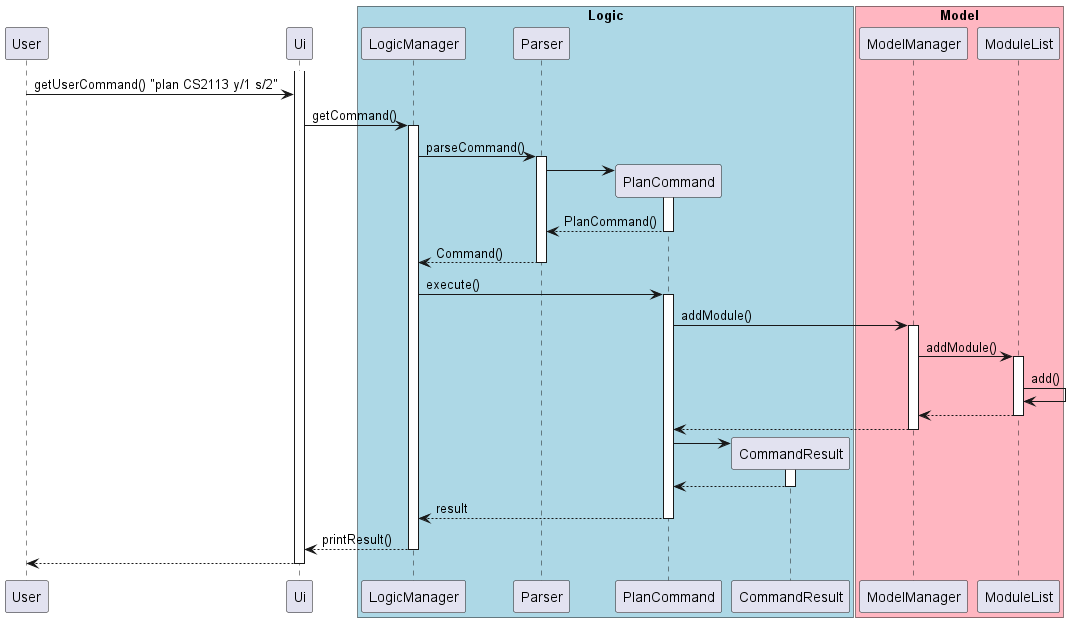
This is docs/uml/diagrams/AddModSequence.png from sriram-senthilkr/tp, a PlantUML export, as it was before one commit.
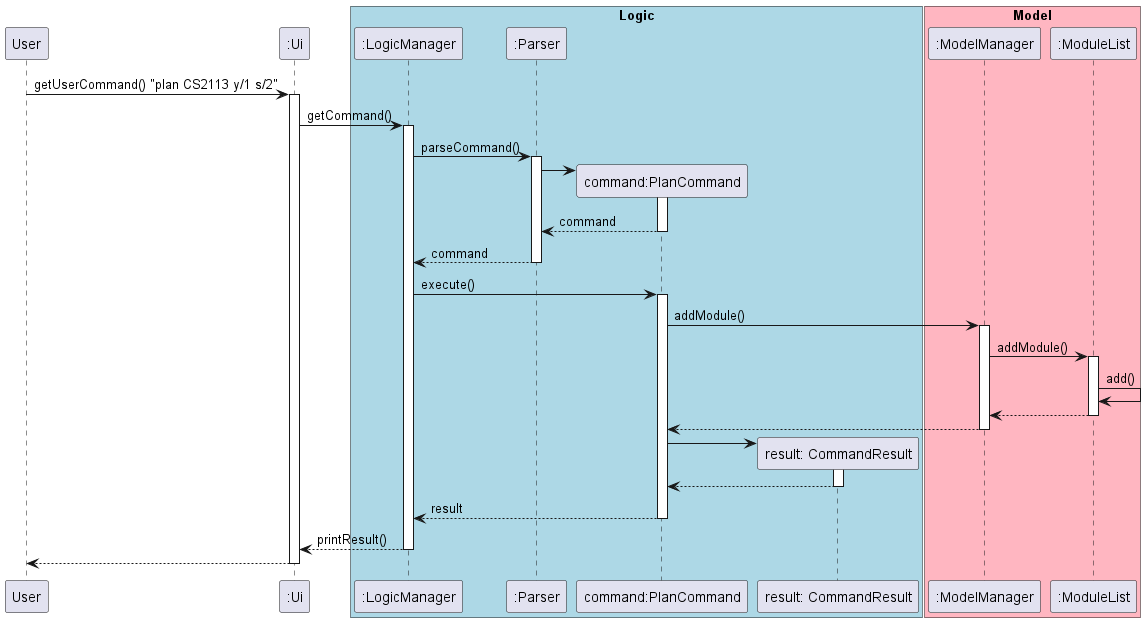
The same diagram one commit later.

The edit, as a diff of the source:
```diff
@@ -1,9 +1,22 @@
 @startuml
 participant User
+participant ":Ui" as Ui
 
+box "Logic" #LightBlue
+participant ":LogicManager" as LogicManager
+participant ":Parser" as Parser
+participant "command:PlanCommand" as PlanCommand
+participant "result: CommandResult" as CommandResult
+end box
+
+box "Model" #LightPink
+participant ":ModelManager" as ModelManager
+participant ":ModuleList" as ModuleList
+end box
+
+
+User -> Ui: getUserCommand() "plan CS2113 y/1 s/2"
 activate Ui
-User -> Ui: getUserCommand() "plan CS2113 y/1 s/2"
-box "Logic" #LightBlue
 Ui -> LogicManager: getCommand()
 activate LogicManager
 
@@ -16,20 +29,19 @@
 Parser -> PlanCommand
 activate PlanCommand
 
-PlanCommand --> Parser: PlanCommand()
+PlanCommand --> Parser: command
 deactivate PlanCommand
 
 
-Parser --> LogicManager: Command()
+Parser --> LogicManager: command
 deactivate Parser
 
 
 LogicManager -> PlanCommand: execute()
 activate PlanCommand
-participant CommandResult
-end box
 
-box "Model" #LightPink
+
+
 PlanCommand -> ModelManager: addModule()
 activate ModelManager
 
```
